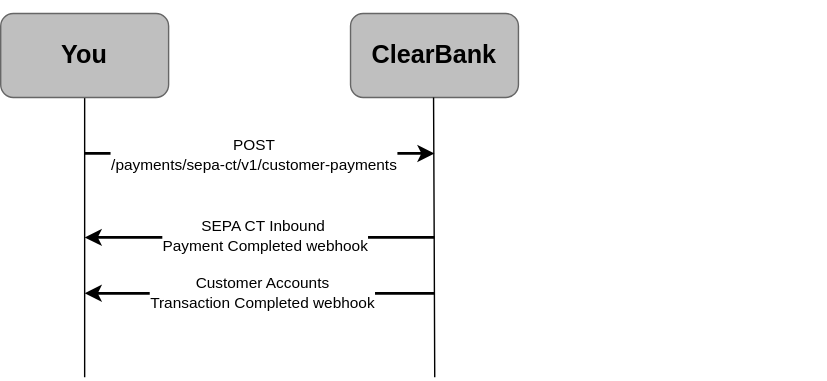
The draw.io diagram static/assets/images/send-a-sepa-ct-payment.svg in clearbank/clearbank.github.io, before a commit. Source tidied: cells renumbered, new cells last; positions are measured from the earlier drawing's top-left corner, leaving out a move shared by most shapes.
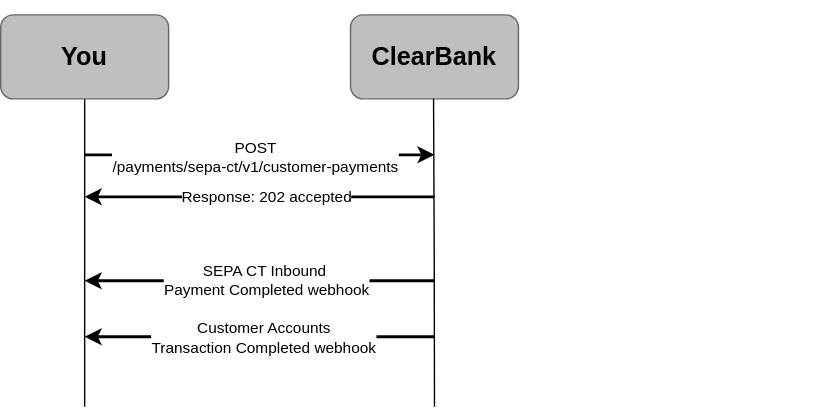
The same file after the commit.

The edit, as a diff of the source:
```diff
@@ -7,8 +7,8 @@
     </mxCell>
     <mxCell id="3" style="endArrow=classic;html=1;rounded=0;strokeWidth=2;fontFamily=Arial;" parent="1" edge="1">
       <mxGeometry relative="1" as="geometry">
-        <mxPoint x="310" y="170" as="sourcePoint" />
-        <mxPoint x="60" y="170" as="targetPoint" />
+        <mxPoint x="310" y="200" as="sourcePoint" />
+        <mxPoint x="60" y="200" as="targetPoint" />
       </mxGeometry>
     </mxCell>
     <mxCell id="4" value="&lt;div&gt;SEPA CT Inbound&amp;nbsp;&lt;/div&gt;&lt;div&gt;Payment Completed webhook&lt;/div&gt;" style="edgeLabel;html=1;align=center;verticalAlign=middle;fontFamily=Arial;" parent="3" vertex="1">
@@ -19,12 +19,12 @@
     <mxCell id="5" style="edgeStyle=orthogonalEdgeStyle;rounded=0;orthogonalLoop=1;jettySize=auto;html=1;endArrow=none;endFill=0;fontFamily=Arial;" parent="1" edge="1">
       <mxGeometry relative="1" as="geometry">
         <mxPoint x="309.3" y="70" as="sourcePoint" />
-        <mxPoint x="310.2" y="270" as="targetPoint" />
+        <mxPoint x="310" y="290" as="targetPoint" />
       </mxGeometry>
     </mxCell>
     <mxCell id="6" style="edgeStyle=orthogonalEdgeStyle;rounded=0;jettySize=auto;html=1;endArrow=none;endFill=0;fontFamily=Arial;" parent="1" edge="1" source="7">
       <mxGeometry relative="1" as="geometry">
-        <mxPoint x="60" y="270" as="targetPoint" />
+        <mxPoint x="60" y="290" as="targetPoint" />
       </mxGeometry>
     </mxCell>
     <mxCell id="7" value="You" style="rounded=1;whiteSpace=wrap;html=1;strokeColor=#666666;fillColor=#BFBFBF;gradientColor=none;fontFamily=Arial;fontStyle=1;fontSize=18;" parent="1" vertex="1">
@@ -38,8 +38,8 @@
     </mxCell>
     <mxCell id="10" style="endArrow=classic;html=1;rounded=0;strokeWidth=2;fontFamily=Arial;" parent="1" edge="1">
       <mxGeometry relative="1" as="geometry">
-        <mxPoint x="310" y="210" as="sourcePoint" />
-        <mxPoint x="60" y="210" as="targetPoint" />
+        <mxPoint x="310" y="240" as="sourcePoint" />
+        <mxPoint x="60" y="240" as="targetPoint" />
       </mxGeometry>
     </mxCell>
     <mxCell id="11" value="Customer Accounts&lt;br&gt;Transaction Completed webhook" style="edgeLabel;html=1;align=center;verticalAlign=middle;fontFamily=Arial;" parent="10" vertex="1">
@@ -58,5 +58,16 @@
         <mxPoint x="-15" as="offset" />
       </mxGeometry>
     </mxCell>
+    <mxCell id="14" style="endArrow=classic;html=1;rounded=0;strokeWidth=2;fontFamily=Arial;" parent="1" edge="1">
+      <mxGeometry relative="1" as="geometry">
+        <mxPoint x="310" y="140" as="sourcePoint" />
+        <mxPoint x="60" y="140" as="targetPoint" />
+      </mxGeometry>
+    </mxCell>
+    <mxCell id="15" value="&lt;div&gt;Response: 202 accepted&lt;/div&gt;" style="edgeLabel;html=1;align=center;verticalAlign=middle;fontFamily=Arial;" parent="14" vertex="1">
+      <mxGeometry x="0.09" y="-1" relative="1" as="geometry">
+        <mxPoint x="15" as="offset" />
+      </mxGeometry>
+    </mxCell>
   </root>
 </mxGraphModel>
```
